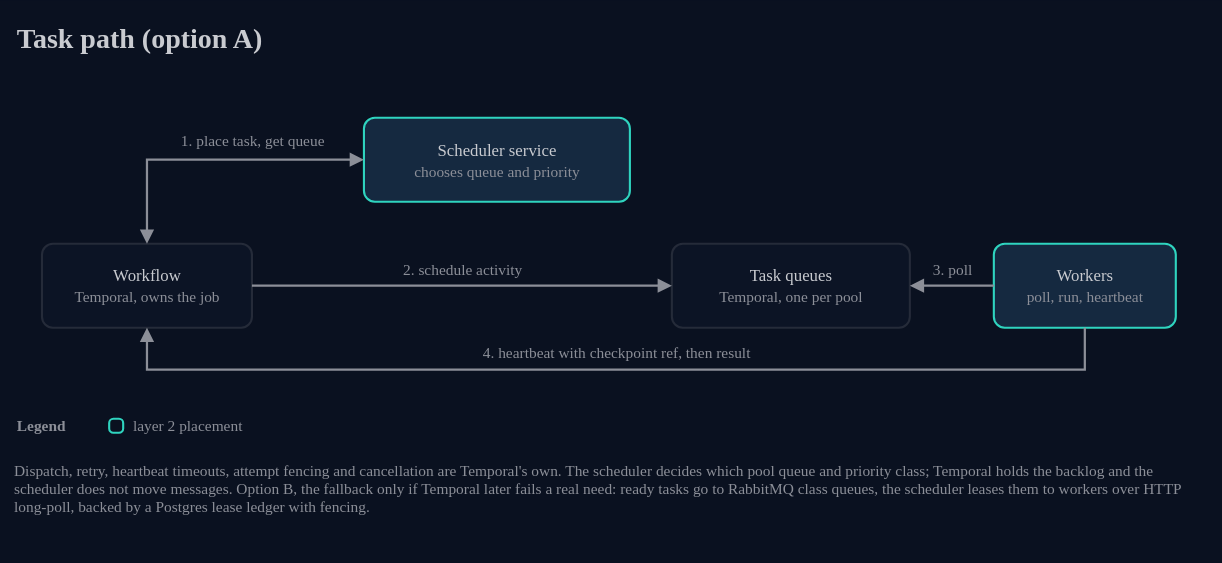
Earlier version of the draw.io export docs/architecture/06-task-path-option-a.drawio.svg (AndoNorth/wasm-dag-forge). Source tidied: cells renumbered, new cells last; positions are measured from the earlier drawing's top-left corner, leaving out a move shared by most shapes.
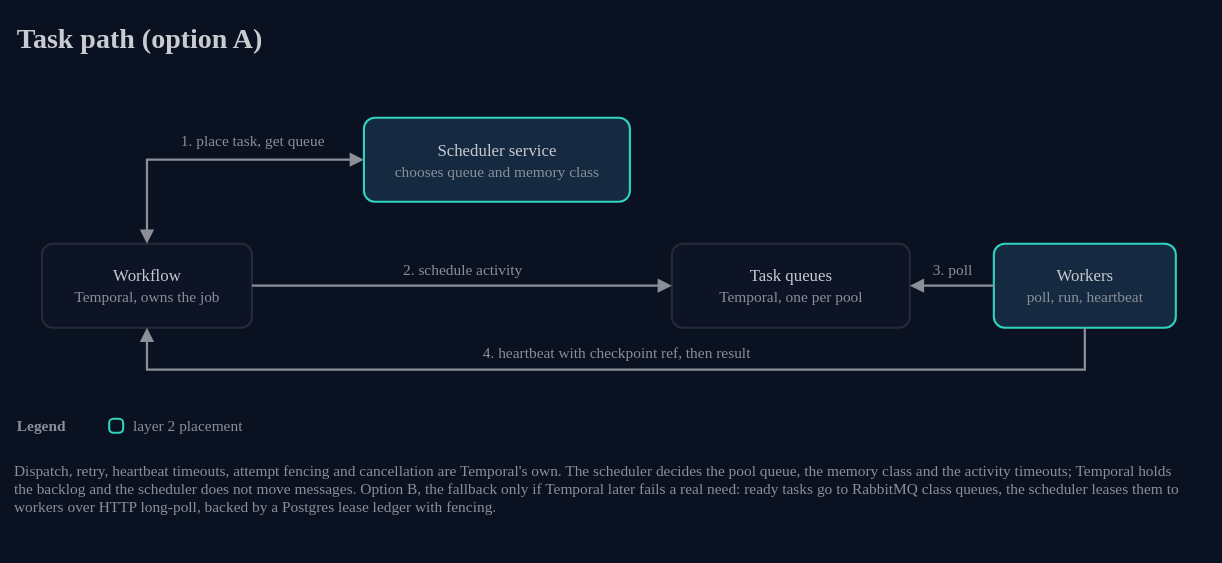
The same file after the commit.

The edit, as a diff of the source:
```diff
@@ -8,7 +8,7 @@
     <mxCell id="3" value="Workflow&lt;br&gt;&lt;font color=&quot;#8c8f98&quot; style=&quot;font-size:11px&quot;&gt;Temporal, owns the job&lt;/font&gt;" style="rounded=1;arcSize=13;html=1;whiteSpace=wrap;fillColor=#0c1425;strokeColor=#252b39;strokeWidth=1.5;fontColor=#c9cbd0;fontSize=12;fontFamily=IBM Plex Sans;" parent="1" vertex="1">
       <mxGeometry x="20" y="164" width="150" height="60" as="geometry" />
     </mxCell>
-    <mxCell id="4" value="Scheduler service&lt;br&gt;&lt;font color=&quot;#8c8f98&quot; style=&quot;font-size:11px&quot;&gt;chooses queue and priority&lt;/font&gt;" style="rounded=1;arcSize=13;html=1;whiteSpace=wrap;fillColor=#152940;strokeColor=#2fd4bf;strokeWidth=1.5;fontColor=#c9cbd0;fontSize=12;fontFamily=IBM Plex Sans;" parent="1" vertex="1">
+    <mxCell id="4" value="Scheduler service&lt;br&gt;&lt;font color=&quot;#8c8f98&quot; style=&quot;font-size:11px&quot;&gt;chooses queue and memory class&lt;/font&gt;" style="rounded=1;arcSize=13;html=1;whiteSpace=wrap;fillColor=#152940;strokeColor=#2fd4bf;strokeWidth=1.5;fontColor=#c9cbd0;fontSize=12;fontFamily=IBM Plex Sans;" parent="1" vertex="1">
       <mxGeometry x="250" y="74" width="190" height="60" as="geometry" />
     </mxCell>
     <mxCell id="5" value="Task queues&lt;br&gt;&lt;font color=&quot;#8c8f98&quot; style=&quot;font-size:11px&quot;&gt;Temporal, one per pool&lt;/font&gt;" style="rounded=1;arcSize=13;html=1;whiteSpace=wrap;fillColor=#0c1425;strokeColor=#252b39;strokeWidth=1.5;fontColor=#c9cbd0;fontSize=12;fontFamily=IBM Plex Sans;" parent="1" vertex="1">
@@ -59,7 +59,7 @@
     <mxCell id="17" value="layer 2 placement" style="text;html=1;strokeColor=none;fillColor=none;align=left;verticalAlign=middle;whiteSpace=nowrap;fontColor=#8c8f98;fontSize=11;fontFamily=IBM Plex Sans;" parent="1" vertex="1">
       <mxGeometry x="83" y="285" width="116" height="18" as="geometry" />
     </mxCell>
-    <mxCell id="18" value="Dispatch, retry, heartbeat timeouts, attempt fencing and cancellation are Temporal's own. The scheduler decides which pool queue and priority class; Temporal holds the backlog and the scheduler does not move messages. Option B, the fallback only if Temporal later fails a real need: ready tasks go to RabbitMQ class queues, the scheduler leases them to workers over HTTP long-poll, backed by a Postgres lease ledger with fencing." style="text;html=1;strokeColor=none;fillColor=none;align=left;verticalAlign=top;whiteSpace=wrap;fontColor=#8c8f98;fontSize=11;fontFamily=IBM Plex Sans;spacing=0;" parent="1" vertex="1">
+    <mxCell id="18" value="Dispatch, retry, heartbeat timeouts, attempt fencing and cancellation are Temporal's own. The scheduler decides the pool queue, the memory class and the activity timeouts; Temporal holds the backlog and the scheduler does not move messages. Option B, the fallback only if Temporal later fails a real need: ready tasks go to RabbitMQ class queues, the scheduler leases them to workers over HTTP long-poll, backed by a Postgres lease ledger with fencing." style="text;html=1;strokeColor=none;fillColor=none;align=left;verticalAlign=top;whiteSpace=wrap;fontColor=#8c8f98;fontSize=11;fontFamily=IBM Plex Sans;spacing=0;" parent="1" vertex="1">
       <mxGeometry y="315" width="840" height="56" as="geometry" />
     </mxCell>
   </root>
```
